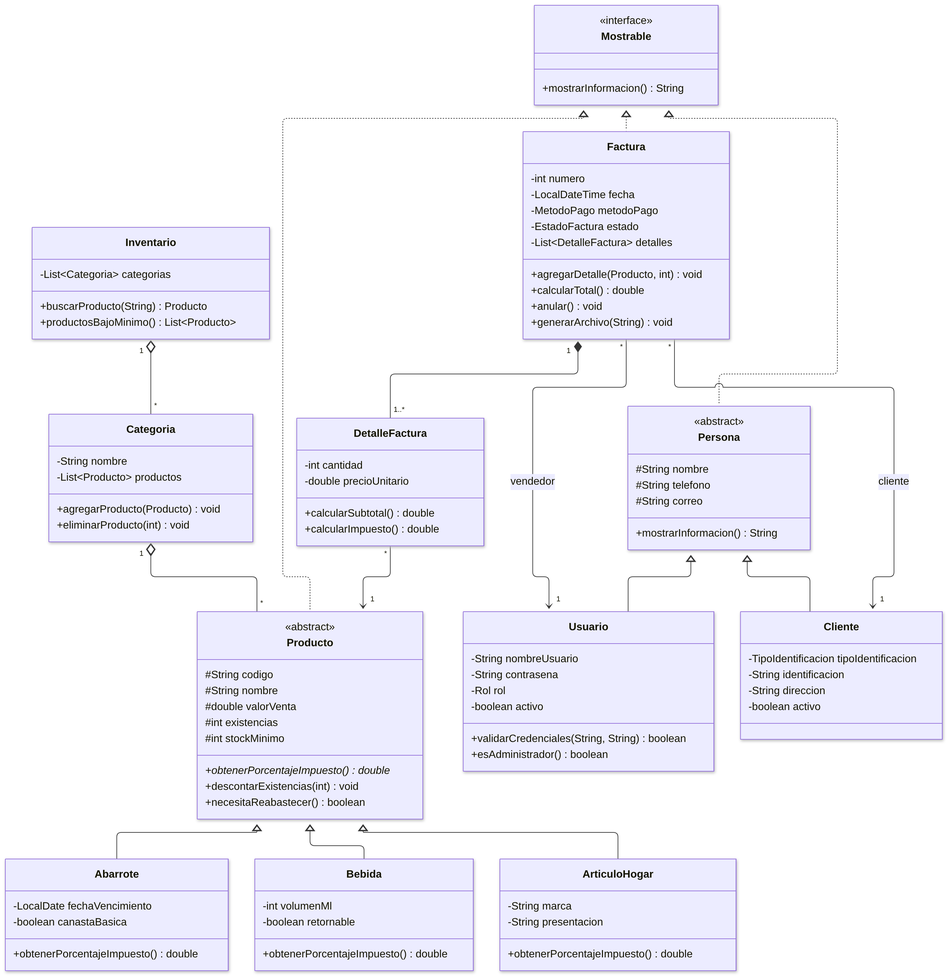
This is docs/img/00_clases_simplificado.png from luisamri91/Avance1, a Mermaid export, as it was before one commit. Its source is kept beside it as docs/diagramas/00_clases_simplificado.mmd.
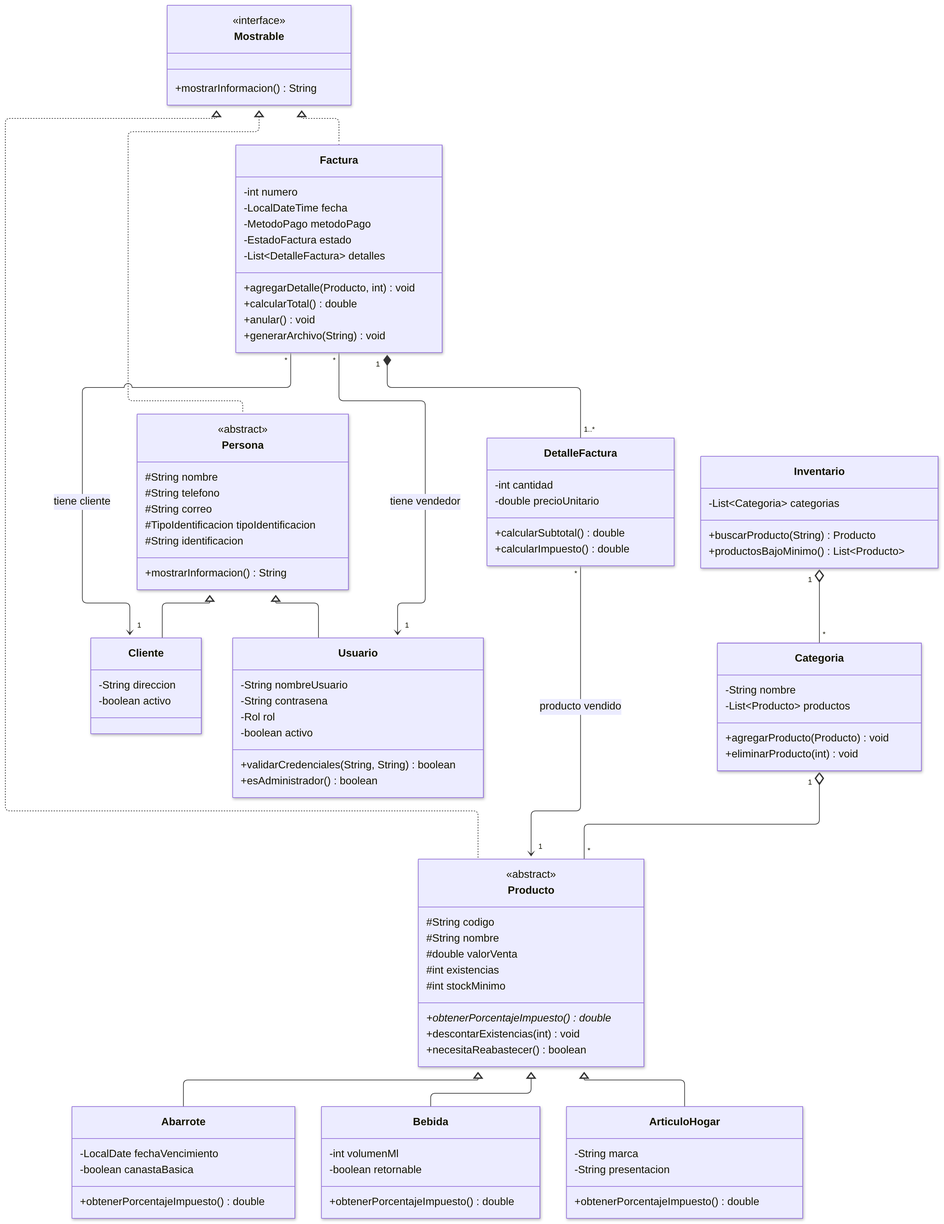
Later version of the same file.

Change to the diagram source:
```diff
@@ -10,6 +10,8 @@
         #String nombre
         #String telefono
         #String correo
+        #TipoIdentificacion tipoIdentificacion
+        #String identificacion
         +mostrarInformacion() String
     }
     class Usuario {
@@ -21,8 +23,6 @@
         +esAdministrador() boolean
     }
     class Cliente {
-        -TipoIdentificacion tipoIdentificacion
-        -String identificacion
         -String direccion
         -boolean activo
     }
```
